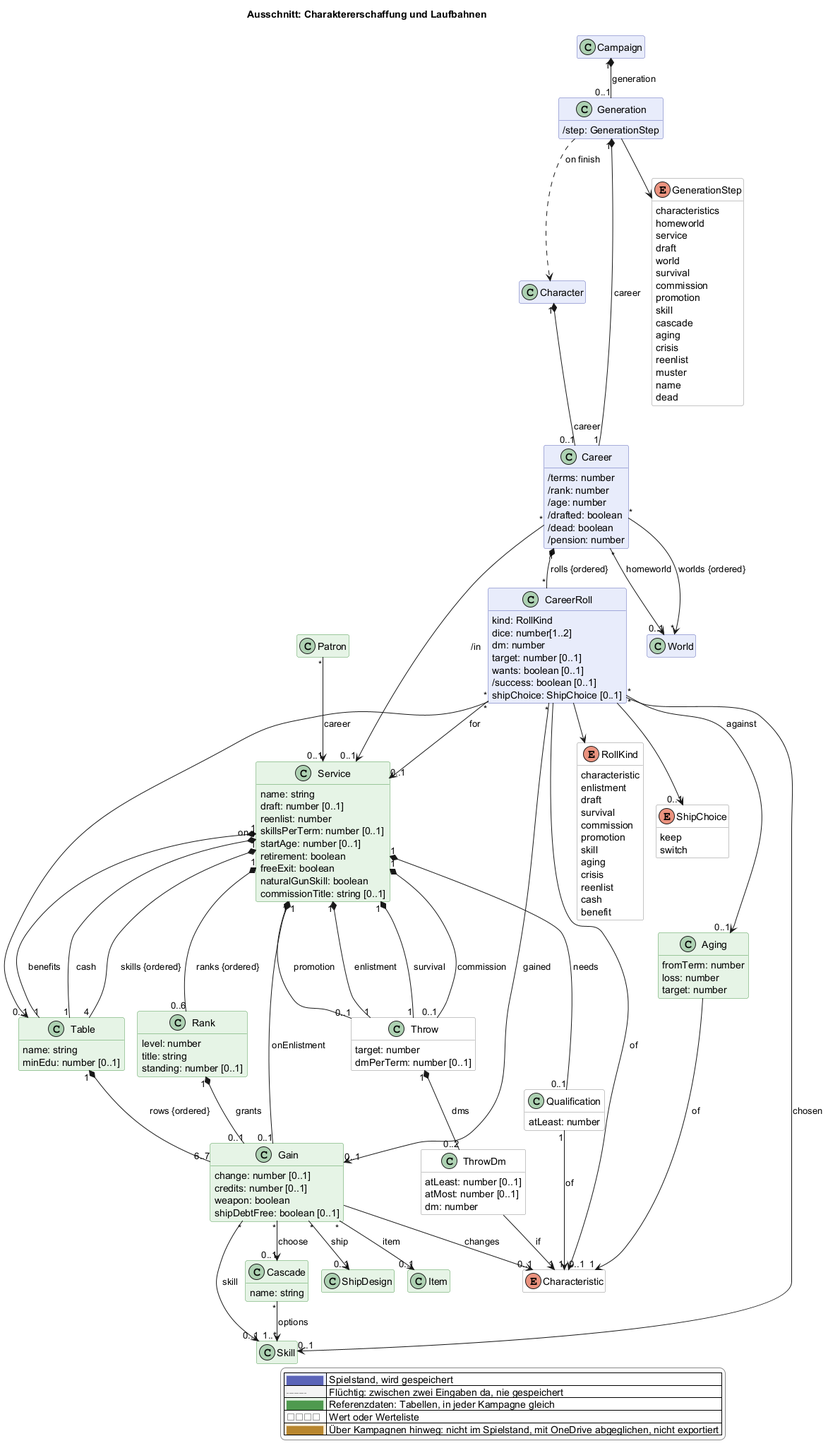
This is docs/views/erschaffung.png from scuzzar/SRE, a PlantUML export, as it was before one commit.
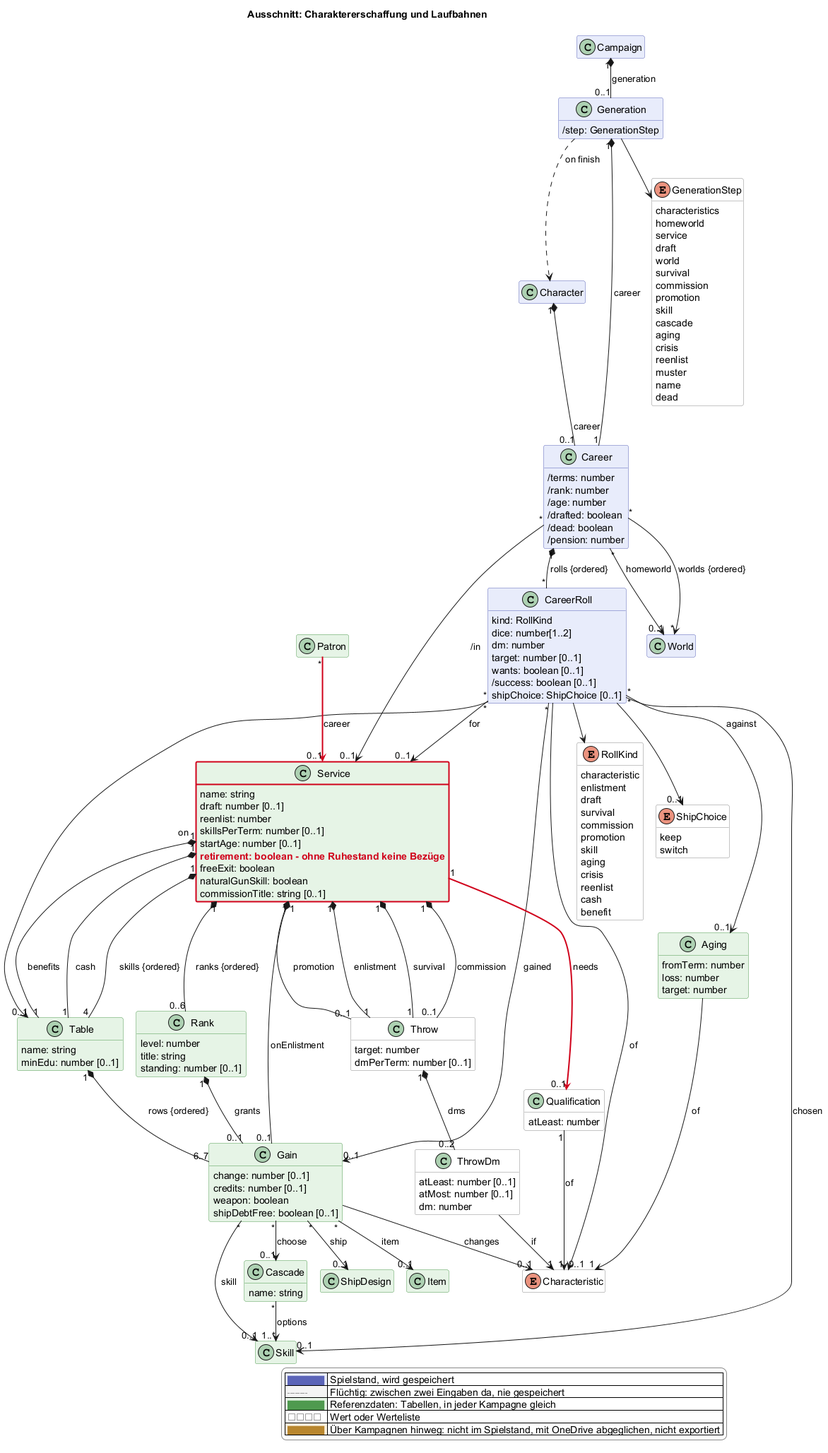
The same diagram one commit later.

Commit message:
Entwurf 2026-11-24e: Der Barbar ohne Ruhestand und der NSC-Lauf mit Qualifikation

Diff of the diagram source:
```diff
@@ -110,7 +110,7 @@
     reenlist: number
     skillsPerTerm: number [0..1]
     startAge: number [0..1]
-    retirement: boolean
+    $new("2026-11-24e", "retirement: boolean - ohne Ruhestand keine Bezüge")
     freeExit: boolean
     naturalGunSkill: boolean
     commissionTitle: string [0..1]
@@ -223,7 +223,7 @@
 Service "1" *-- "1" Table : benefits
 Service "1" *-- "1" Table : cash
 Service "1" *-- "0..1" Gain : onEnlistment
-  Service "1" *-- "0..1" Qualification : needs
+  Service "1" -$newArrow("2026-11-24e")-> "0..1" Qualification : needs
   Qualification "1" --> "1" Characteristic : of
 Rank "1" *-- "0..1" Gain : grants
 Table "1" *-- "6..7" Gain : rows {ordered}
@@ -237,7 +237,7 @@
 
 
 
-Patron "*" --> "0..1" Service : career
+Patron "*" -$newArrow("2026-11-24e")-> "0..1" Service : career
 
 
 
@@ -251,4 +251,5 @@
   |<#ffffff> <color:#8a8a8a>□□□□</color> | Wert oder Werteliste |
   |<#fdf1dc> <color:#b8862e>████</color> | Über Kampagnen hinweg: nicht im Spielstand, mit OneDrive abgeglichen, nicht exportiert |
 endlegend
+class Service #line:d0021b;line.bold
 @enduml
```
